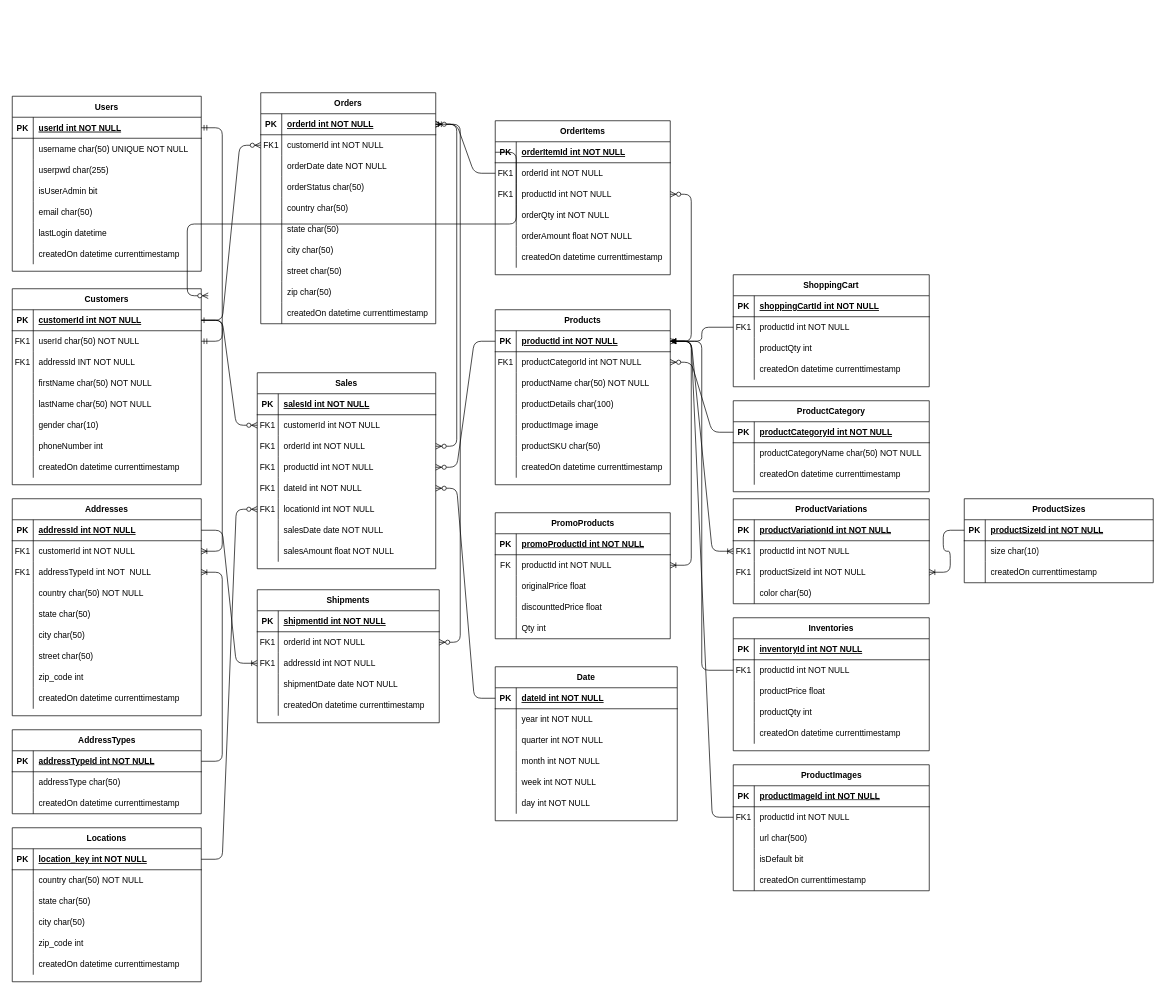
Earlier version of the draw.io diagram page "high level overview" (2 of 6) of ERD.drawio (jacupan/e-commerce). Source tidied: cells renumbered, new cells numbered last; positions are measured from the earlier drawing's top-left corner, leaving out a move shared by most shapes. Both pictures are drawn from the tidied source at 70%, with x=0, y=0 at pixel (-184, 92).
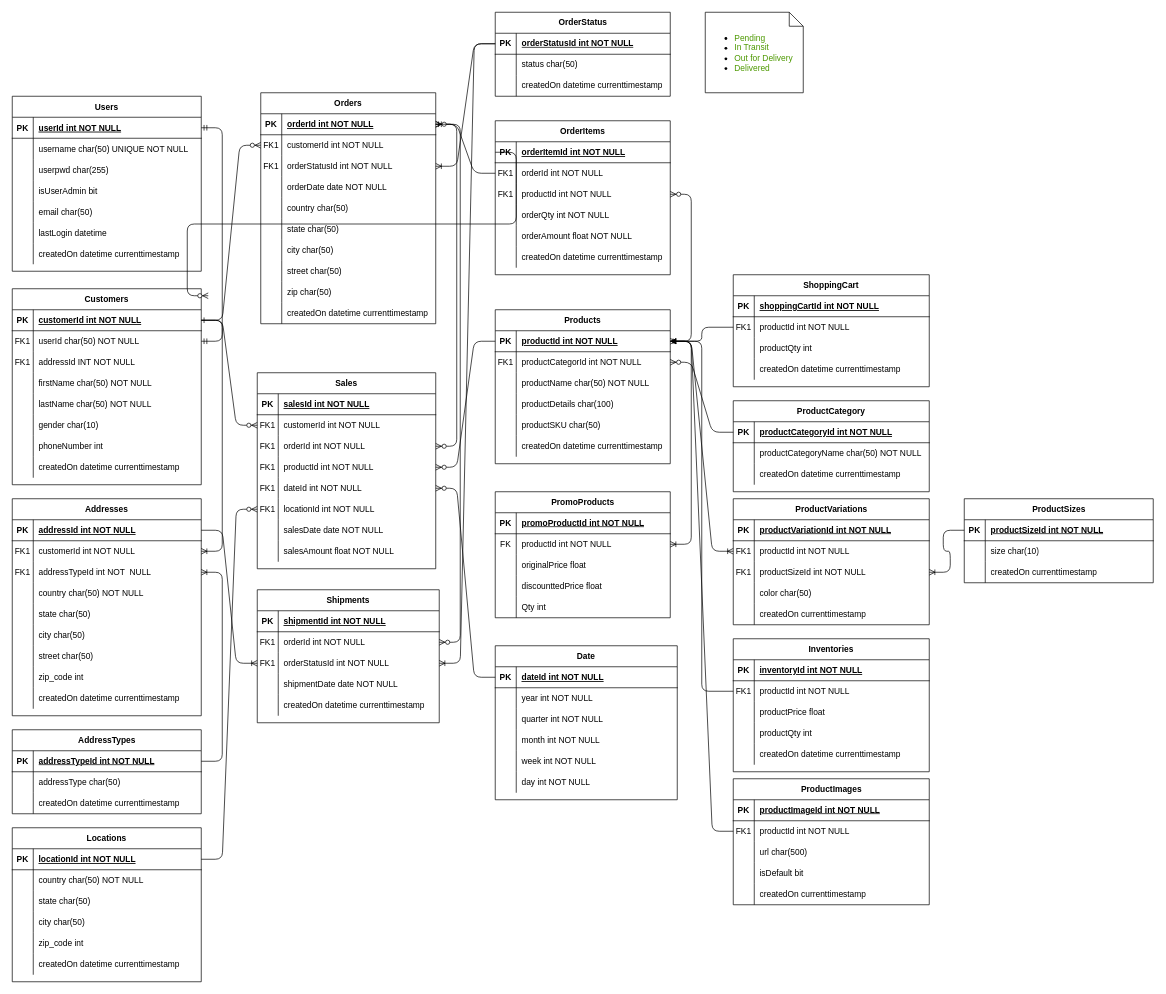
The same page after the edit.

Unchanged cells that the change refers to:
```xml
<mxCell id="3" value="Orders" style="shape=table;startSize=30;childLayout=tableLayout;rowLines=0;fontStyle=1;align=center;" parent="1" vertex="1">
  <mxGeometry x="635" width="250" height="330" as="geometry" />
</mxCell>
<mxCell id="41" style="shape=partialRectangle;fillColor=none;points=[[0,0.5],[1,0.5]];portConstraint=eastwest;top=0;left=0;right=0;bottom=0;" parent="34" vertex="1">
  <mxGeometry y="90" width="260" height="30" as="geometry" />
</mxCell>
<mxCell id="142" style="shape=partialRectangle;fillColor=none;points=[[0,0.5],[1,0.5]];portConstraint=eastwest;top=0;left=0;right=0;bottom=1;" parent="141" vertex="1">
  <mxGeometry y="30" width="270" height="30" as="geometry" />
</mxCell>
```

The edit, as a diff of the source:
```diff
@@
+    <mxCell id="353" style="shape=partialRectangle;fillColor=none;points=[[0,0.5],[1,0.5]];portConstraint=eastwest;top=0;left=0;right=0;bottom=0;" parent="3" vertex="1">
+      <mxGeometry y="90" width="250" height="30" as="geometry" />
+    </mxCell>
+    <mxCell id="354" value="FK1" style="shape=partialRectangle;overflow=hidden;fillColor=none;top=0;left=0;bottom=0;right=0;" parent="353" vertex="1">
+      <mxGeometry width="30" height="30" as="geometry" />
+    </mxCell>
+    <mxCell id="355" value="orderStatusId int NOT NULL" style="shape=partialRectangle;overflow=hidden;fillColor=none;top=0;left=0;bottom=0;right=0;align=left;spacingLeft=6;" parent="353" vertex="1">
+      <mxGeometry x="30" width="220" height="30" as="geometry" />
+    </mxCell>
     <mxCell id="10" style="shape=partialRectangle;fillColor=none;top=0;left=0;right=0;bottom=0;" parent="3" vertex="1">
-      <mxGeometry y="90" width="250" height="30" as="geometry" />
+      <mxGeometry y="120" width="250" height="30" as="geometry" />
     </mxCell>
@@
-    <mxCell id="13" style="shape=partialRectangle;fillColor=none;top=0;left=0;right=0;bottom=0;" parent="3" vertex="1">
-      <mxGeometry y="120" width="250" height="30" as="geometry" />
-    </mxCell>
-    <mxCell id="14" style="shape=partialRectangle;overflow=hidden;fillColor=none;top=0;left=0;bottom=0;right=0;" parent="13" vertex="1">
-      <mxGeometry width="30" height="30" as="geometry" />
-    </mxCell>
-    <mxCell id="15" value="orderStatus char(50)" style="shape=partialRectangle;overflow=hidden;fillColor=none;top=0;left=0;bottom=0;right=0;align=left;spacingLeft=6;" parent="13" vertex="1">
-      <mxGeometry x="30" width="220" height="30" as="geometry" />
-    </mxCell>
@@
-    <mxCell id="43" value="addressId int NOT NULL" style="shape=partialRectangle;overflow=hidden;fillColor=none;top=0;left=0;bottom=0;right=0;align=left;spacingLeft=6;" parent="41" vertex="1">
+    <mxCell id="43" value="orderStatusId int NOT NULL" style="shape=partialRectangle;overflow=hidden;fillColor=none;top=0;left=0;bottom=0;right=0;align=left;spacingLeft=6;" parent="41" vertex="1">
       <mxGeometry x="30" width="230" height="30" as="geometry" />
     </mxCell>
@@
     <mxCell id="75" value="Products" style="shape=table;startSize=30;childLayout=tableLayout;rowLines=0;fontStyle=1;align=center;" parent="1" vertex="1">
-      <mxGeometry x="970" y="310" width="250" height="250" as="geometry" />
+      <mxGeometry x="970" y="310" width="250" height="220" as="geometry" />
     </mxCell>
@@
-    <mxCell id="88" style="shape=partialRectangle;fillColor=none;top=0;left=0;right=0;bottom=0;" parent="75" vertex="1">
-      <mxGeometry y="150" width="250" height="30" as="geometry" />
-    </mxCell>
-    <mxCell id="89" style="shape=partialRectangle;overflow=hidden;fillColor=none;top=0;left=0;bottom=0;right=0;" parent="88" vertex="1">
-      <mxGeometry width="30" height="30" as="geometry" />
-    </mxCell>
-    <mxCell id="90" value="productImage image" style="shape=partialRectangle;overflow=hidden;fillColor=none;top=0;left=0;bottom=0;right=0;align=left;spacingLeft=6;" parent="88" vertex="1">
-      <mxGeometry x="30" width="220" height="30" as="geometry" />
-    </mxCell>
     <mxCell id="91" style="shape=partialRectangle;fillColor=none;top=0;left=0;right=0;bottom=0;" parent="75" vertex="1">
-      <mxGeometry y="180" width="250" height="30" as="geometry" />
+      <mxGeometry y="150" width="250" height="30" as="geometry" />
     </mxCell>
@@
     <mxCell id="94" style="shape=partialRectangle;fillColor=none;top=0;left=0;right=0;bottom=0;" parent="75" vertex="1">
-      <mxGeometry y="210" width="250" height="30" as="geometry" />
+      <mxGeometry y="180" width="250" height="30" as="geometry" />
     </mxCell>
@@
     <mxCell id="97" value="Date" style="shape=table;startSize=30;childLayout=tableLayout;rowLines=0;fontStyle=1;align=center;" parent="1" vertex="1">
-      <mxGeometry x="970" y="820" width="260" height="220" as="geometry" />
+      <mxGeometry x="970" y="790" width="260" height="220" as="geometry" />
     </mxCell>
@@
-    <mxCell id="144" value="location_key int NOT NULL " style="shape=partialRectangle;overflow=hidden;fillColor=none;top=0;left=0;bottom=0;right=0;align=left;spacingLeft=6;fontStyle=5;" parent="142" vertex="1">
+    <mxCell id="144" value="locationId int NOT NULL " style="shape=partialRectangle;overflow=hidden;fillColor=none;top=0;left=0;bottom=0;right=0;align=left;spacingLeft=6;fontStyle=5;" parent="142" vertex="1">
       <mxGeometry x="30" width="240" height="30" as="geometry" />
     </mxCell>
@@
     <mxCell id="248" value="Inventories" style="shape=table;startSize=30;childLayout=tableLayout;rowLines=0;fontStyle=1;align=center;" parent="1" vertex="1">
-      <mxGeometry x="1310" y="750" width="280" height="190" as="geometry" />
+      <mxGeometry x="1310" y="780" width="280" height="190" as="geometry" />
     </mxCell>
@@
     <mxCell id="293" value="PromoProducts" style="shape=table;startSize=30;childLayout=tableLayout;rowLines=0;fontStyle=1;align=center;html=1;" parent="1" vertex="1">
-      <mxGeometry x="970" y="600" width="250" height="180" as="geometry" />
+      <mxGeometry x="970" y="570" width="250" height="180" as="geometry" />
     </mxCell>
@@
     <mxCell id="310" value="ProductVariations" style="shape=table;startSize=30;childLayout=tableLayout;rowLines=0;fontStyle=1;align=center;html=1;" parent="1" vertex="1">
-      <mxGeometry x="1310" y="580" width="280" height="150" as="geometry" />
+      <mxGeometry x="1310" y="580" width="280" height="180" as="geometry" />
     </mxCell>
@@
+    <mxCell id="356" style="shape=tableRow;horizontal=0;startSize=0;swimlaneHead=0;swimlaneBody=0;fillColor=none;top=0;left=0;right=0;bottom=0;" parent="310" vertex="1">
+      <mxGeometry y="150" width="280" height="30" as="geometry" />
+    </mxCell>
+    <mxCell id="357" style="shape=partialRectangle;fillColor=none;top=0;left=0;bottom=0;right=0;overflow=hidden;whiteSpace=wrap;html=1;" parent="356" vertex="1">
+      <mxGeometry width="30" height="30" as="geometry" />
+    </mxCell>
+    <mxCell id="358" value="createdOn&amp;nbsp;currenttimestamp" style="shape=partialRectangle;fillColor=none;top=0;left=0;bottom=0;right=0;align=left;spacingLeft=6;overflow=hidden;whiteSpace=wrap;html=1;" parent="356" vertex="1">
+      <mxGeometry x="30" width="250" height="30" as="geometry" />
+    </mxCell>
@@
     <mxCell id="325" value="ProductImages" style="shape=table;startSize=30;childLayout=tableLayout;rowLines=0;fontStyle=1;align=center;html=1;" parent="1" vertex="1">
-      <mxGeometry x="1310" y="960" width="280" height="180" as="geometry" />
+      <mxGeometry x="1310" y="980" width="280" height="180" as="geometry" />
     </mxCell>
@@
+    <mxCell id="359" value="OrderStatus" style="shape=table;startSize=30;childLayout=tableLayout;rowLines=0;fontStyle=1;align=center;html=1;" parent="1" vertex="1">
+      <mxGeometry x="970" y="-115" width="250" height="120" as="geometry" />
+    </mxCell>
+    <mxCell id="360" style="shape=tableRow;horizontal=0;startSize=0;swimlaneHead=0;swimlaneBody=0;fillColor=none;points=[[0,0.5],[1,0.5]];portConstraint=eastwest;top=0;left=0;right=0;bottom=1;" parent="359" vertex="1">
+      <mxGeometry y="30" width="250" height="30" as="geometry" />
+    </mxCell>
+    <mxCell id="361" value="PK" style="shape=partialRectangle;fillColor=none;top=0;left=0;bottom=0;right=0;fontStyle=1;overflow=hidden;whiteSpace=wrap;html=1;" parent="360" vertex="1">
+      <mxGeometry width="30" height="30" as="geometry" />
+    </mxCell>
+    <mxCell id="362" value="orderStatusId int NOT NULL" style="shape=partialRectangle;fillColor=none;top=0;left=0;bottom=0;right=0;align=left;spacingLeft=6;fontStyle=5;overflow=hidden;whiteSpace=wrap;html=1;" parent="360" vertex="1">
+      <mxGeometry x="30" width="220" height="30" as="geometry" />
+    </mxCell>
+    <mxCell id="363" style="shape=tableRow;horizontal=0;startSize=0;swimlaneHead=0;swimlaneBody=0;fillColor=none;top=0;left=0;right=0;bottom=0;" parent="359" vertex="1">
+      <mxGeometry y="60" width="250" height="30" as="geometry" />
+    </mxCell>
+    <mxCell id="364" style="shape=partialRectangle;fillColor=none;top=0;left=0;bottom=0;right=0;overflow=hidden;whiteSpace=wrap;html=1;" parent="363" vertex="1">
+      <mxGeometry width="30" height="30" as="geometry" />
+    </mxCell>
+    <mxCell id="365" value="status char(50)" style="shape=partialRectangle;fillColor=none;top=0;left=0;bottom=0;right=0;align=left;spacingLeft=6;overflow=hidden;whiteSpace=wrap;html=1;" parent="363" vertex="1">
+      <mxGeometry x="30" width="220" height="30" as="geometry" />
+    </mxCell>
+    <mxCell id="366" style="shape=tableRow;horizontal=0;startSize=0;swimlaneHead=0;swimlaneBody=0;fillColor=none;top=0;left=0;right=0;bottom=0;" parent="359" vertex="1">
+      <mxGeometry y="90" width="250" height="30" as="geometry" />
+    </mxCell>
+    <mxCell id="367" style="shape=partialRectangle;fillColor=none;top=0;left=0;bottom=0;right=0;overflow=hidden;whiteSpace=wrap;html=1;" parent="366" vertex="1">
+      <mxGeometry width="30" height="30" as="geometry" />
+    </mxCell>
+    <mxCell id="368" value="createdOn&amp;nbsp;datetime currenttimestamp" style="shape=partialRectangle;fillColor=none;top=0;left=0;bottom=0;right=0;align=left;spacingLeft=6;overflow=hidden;whiteSpace=wrap;html=1;" parent="366" vertex="1">
+      <mxGeometry x="30" width="220" height="30" as="geometry" />
+    </mxCell>
+    <mxCell id="369" value="&lt;ul&gt;&lt;li&gt;&lt;font color=&quot;#4d9900&quot;&gt;Pending&lt;/font&gt;&lt;/li&gt;&lt;li&gt;&lt;font color=&quot;#4d9900&quot;&gt;In Transit&lt;/font&gt;&lt;/li&gt;&lt;li&gt;&lt;font color=&quot;#4d9900&quot;&gt;Out for Delivery&lt;/font&gt;&lt;/li&gt;&lt;li&gt;&lt;font color=&quot;#4d9900&quot;&gt;Delivered&lt;/font&gt;&lt;/li&gt;&lt;/ul&gt;" style="shape=note;size=20;whiteSpace=wrap;html=1;align=left;" parent="1" vertex="1">
+      <mxGeometry x="1270" y="-115" width="140" height="115" as="geometry" />
+    </mxCell>
+    <mxCell id="370" style="edgeStyle=entityRelationEdgeStyle;fontSize=12;html=1;endArrow=ERoneToMany;rounded=1;exitX=0;exitY=0.5;exitDx=0;exitDy=0;curved=0;" parent="1" edge="1" source="360" target="353">
+      <mxGeometry relative="1" as="geometry" />
+    </mxCell>
+    <mxCell id="371" style="edgeStyle=entityRelationEdgeStyle;fontSize=12;html=1;endArrow=ERoneToMany;rounded=1;exitX=0;exitY=0.5;exitDx=0;exitDy=0;curved=0;" parent="1" edge="1" source="360" target="41">
+      <mxGeometry relative="1" as="geometry" />
+    </mxCell>
```
